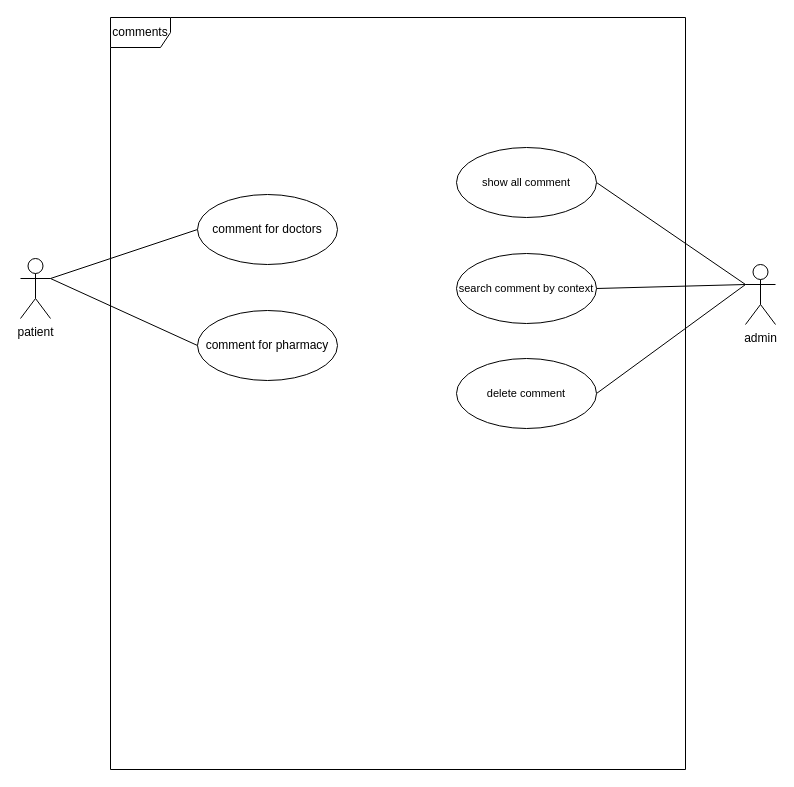
SalehAskari/telemedicine keeps this draw.io diagram as USECASE/comments.drawio. Above is the earlier version. Source tidied: cells renumbered, new cells numbered last; positions are measured from the earlier drawing's top-left corner, leaving out a move shared by most shapes. Both pictures are drawn from the tidied source at 100%, with x=0, y=0 at pixel (20, 17).
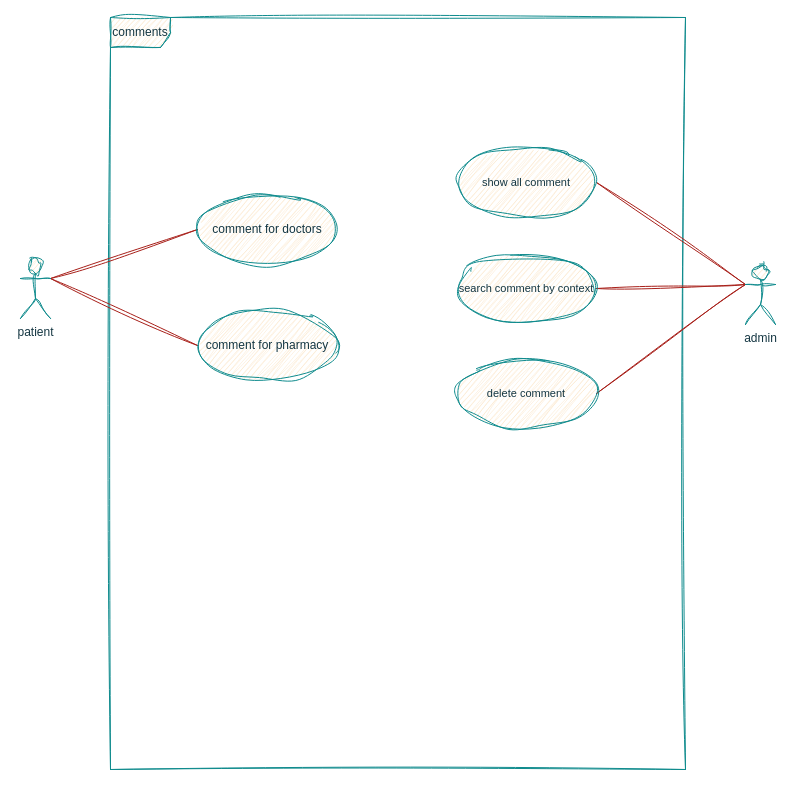
Above is the later version.

Change to the diagram source:
```diff
@@
 <mxGraphModel>
   <root>
     <mxCell id="0" />
     <mxCell id="1" parent="0" />
-    <mxCell id="2" value="comments" style="shape=umlFrame;whiteSpace=wrap;html=1;" parent="1" vertex="1">
+    <mxCell id="2" value="comments" style="shape=umlFrame;whiteSpace=wrap;html=1;labelBackgroundColor=none;fillColor=#FAE5C7;strokeColor=#0F8B8D;fontColor=#143642;sketch=1;curveFitting=1;jiggle=2;" parent="1" vertex="1">
       <mxGeometry x="90" width="575" height="752" as="geometry" />
     </mxCell>
-    <mxCell id="3" style="rounded=0;jettySize=auto;html=1;exitX=1;exitY=0.3333333333333333;exitDx=0;exitDy=0;exitPerimeter=0;entryX=0;entryY=0.5;entryDx=0;entryDy=0;endArrow=none;startFill=0;" parent="1" edge="1" source="5" target="10">
+    <mxCell id="3" style="rounded=0;jettySize=auto;html=1;exitX=1;exitY=0.3333333333333333;exitDx=0;exitDy=0;exitPerimeter=0;entryX=0;entryY=0.5;entryDx=0;entryDy=0;endArrow=none;startFill=0;labelBackgroundColor=none;strokeColor=#A8201A;fontColor=default;sketch=1;curveFitting=1;jiggle=2;" parent="1" edge="1" source="5" target="10">
       <mxGeometry relative="1" as="geometry" />
     </mxCell>
-    <mxCell id="4" style="edgeStyle=none;shape=connector;rounded=0;jettySize=auto;html=1;exitX=1;exitY=0.3333333333333333;exitDx=0;exitDy=0;exitPerimeter=0;entryX=0;entryY=0.5;entryDx=0;entryDy=0;strokeColor=default;align=center;verticalAlign=middle;fontFamily=Helvetica;fontSize=11;fontColor=default;labelBackgroundColor=default;startFill=0;endArrow=none;" parent="1" edge="1" source="5" target="11">
+    <mxCell id="4" style="edgeStyle=none;shape=connector;rounded=0;jettySize=auto;html=1;exitX=1;exitY=0.3333333333333333;exitDx=0;exitDy=0;exitPerimeter=0;entryX=0;entryY=0.5;entryDx=0;entryDy=0;strokeColor=#A8201A;align=center;verticalAlign=middle;fontFamily=Helvetica;fontSize=11;fontColor=default;labelBackgroundColor=none;startFill=0;endArrow=none;sketch=1;curveFitting=1;jiggle=2;" parent="1" edge="1" source="5" target="11">
       <mxGeometry relative="1" as="geometry" />
     </mxCell>
-    <mxCell id="5" value="patient" style="shape=umlActor;verticalLabelPosition=bottom;verticalAlign=top;html=1;" parent="1" vertex="1">
+    <mxCell id="5" value="patient" style="shape=umlActor;verticalLabelPosition=bottom;verticalAlign=top;html=1;labelBackgroundColor=none;fillColor=#FAE5C7;strokeColor=#0F8B8D;fontColor=#143642;sketch=1;curveFitting=1;jiggle=2;" parent="1" vertex="1">
       <mxGeometry y="241" width="30" height="60" as="geometry" />
     </mxCell>
-    <mxCell id="6" style="edgeStyle=none;shape=connector;rounded=0;jettySize=auto;html=1;exitX=0;exitY=0.3333333333333333;exitDx=0;exitDy=0;exitPerimeter=0;entryX=1;entryY=0.5;entryDx=0;entryDy=0;strokeColor=default;align=center;verticalAlign=middle;fontFamily=Helvetica;fontSize=11;fontColor=default;labelBackgroundColor=default;startFill=0;endArrow=none;" parent="1" edge="1" source="9" target="12">
+    <mxCell id="6" style="edgeStyle=none;shape=connector;rounded=0;jettySize=auto;html=1;exitX=0;exitY=0.3333333333333333;exitDx=0;exitDy=0;exitPerimeter=0;entryX=1;entryY=0.5;entryDx=0;entryDy=0;strokeColor=#A8201A;align=center;verticalAlign=middle;fontFamily=Helvetica;fontSize=11;fontColor=default;labelBackgroundColor=none;startFill=0;endArrow=none;sketch=1;curveFitting=1;jiggle=2;" parent="1" edge="1" source="9" target="12">
       <mxGeometry relative="1" as="geometry" />
     </mxCell>
-    <mxCell id="7" style="edgeStyle=none;shape=connector;rounded=0;jettySize=auto;html=1;exitX=0;exitY=0.3333333333333333;exitDx=0;exitDy=0;exitPerimeter=0;entryX=1;entryY=0.5;entryDx=0;entryDy=0;strokeColor=default;align=center;verticalAlign=middle;fontFamily=Helvetica;fontSize=11;fontColor=default;labelBackgroundColor=default;startFill=0;endArrow=none;" parent="1" edge="1" source="9" target="13">
+    <mxCell id="7" style="edgeStyle=none;shape=connector;rounded=0;jettySize=auto;html=1;exitX=0;exitY=0.3333333333333333;exitDx=0;exitDy=0;exitPerimeter=0;entryX=1;entryY=0.5;entryDx=0;entryDy=0;strokeColor=#A8201A;align=center;verticalAlign=middle;fontFamily=Helvetica;fontSize=11;fontColor=default;labelBackgroundColor=none;startFill=0;endArrow=none;sketch=1;curveFitting=1;jiggle=2;" parent="1" edge="1" source="9" target="13">
       <mxGeometry relative="1" as="geometry" />
     </mxCell>
-    <mxCell id="8" style="edgeStyle=none;shape=connector;rounded=0;jettySize=auto;html=1;exitX=0;exitY=0.3333333333333333;exitDx=0;exitDy=0;exitPerimeter=0;entryX=1;entryY=0.5;entryDx=0;entryDy=0;strokeColor=default;align=center;verticalAlign=middle;fontFamily=Helvetica;fontSize=11;fontColor=default;labelBackgroundColor=default;startFill=0;endArrow=none;" parent="1" edge="1" source="9" target="14">
+    <mxCell id="8" style="edgeStyle=none;shape=connector;rounded=0;jettySize=auto;html=1;exitX=0;exitY=0.3333333333333333;exitDx=0;exitDy=0;exitPerimeter=0;entryX=1;entryY=0.5;entryDx=0;entryDy=0;strokeColor=#A8201A;align=center;verticalAlign=middle;fontFamily=Helvetica;fontSize=11;fontColor=default;labelBackgroundColor=none;startFill=0;endArrow=none;sketch=1;curveFitting=1;jiggle=2;" parent="1" edge="1" source="9" target="14">
       <mxGeometry relative="1" as="geometry" />
     </mxCell>
-    <mxCell id="9" value="admin" style="shape=umlActor;verticalLabelPosition=bottom;verticalAlign=top;html=1;" parent="1" vertex="1">
+    <mxCell id="9" value="admin" style="shape=umlActor;verticalLabelPosition=bottom;verticalAlign=top;html=1;labelBackgroundColor=none;fillColor=#FAE5C7;strokeColor=#0F8B8D;fontColor=#143642;sketch=1;curveFitting=1;jiggle=2;" parent="1" vertex="1">
       <mxGeometry x="725" y="247" width="30" height="60" as="geometry" />
     </mxCell>
-    <mxCell id="10" value="comment for doctors" style="ellipse;whiteSpace=wrap;html=1;" parent="1" vertex="1">
+    <mxCell id="10" value="comment for doctors" style="ellipse;whiteSpace=wrap;html=1;labelBackgroundColor=none;fillColor=#FAE5C7;strokeColor=#0F8B8D;fontColor=#143642;sketch=1;curveFitting=1;jiggle=2;" parent="1" vertex="1">
       <mxGeometry x="177" y="177" width="140" height="70" as="geometry" />
     </mxCell>
-    <mxCell id="11" value="comment for pharmacy" style="ellipse;whiteSpace=wrap;html=1;" parent="1" vertex="1">
+    <mxCell id="11" value="comment for pharmacy" style="ellipse;whiteSpace=wrap;html=1;labelBackgroundColor=none;fillColor=#FAE5C7;strokeColor=#0F8B8D;fontColor=#143642;sketch=1;curveFitting=1;jiggle=2;" parent="1" vertex="1">
       <mxGeometry x="177" y="293" width="140" height="70" as="geometry" />
     </mxCell>
-    <mxCell id="12" value="show all comment" style="ellipse;whiteSpace=wrap;html=1;fontFamily=Helvetica;fontSize=11;fontColor=default;labelBackgroundColor=default;" parent="1" vertex="1">
+    <mxCell id="12" value="show all comment" style="ellipse;whiteSpace=wrap;html=1;fontFamily=Helvetica;fontSize=11;fontColor=#143642;labelBackgroundColor=none;fillColor=#FAE5C7;strokeColor=#0F8B8D;sketch=1;curveFitting=1;jiggle=2;" parent="1" vertex="1">
       <mxGeometry x="436" y="130" width="140" height="70" as="geometry" />
     </mxCell>
-    <mxCell id="13" value="search comment by context" style="ellipse;whiteSpace=wrap;html=1;fontFamily=Helvetica;fontSize=11;fontColor=default;labelBackgroundColor=default;" parent="1" vertex="1">
+    <mxCell id="13" value="search comment by context" style="ellipse;whiteSpace=wrap;html=1;fontFamily=Helvetica;fontSize=11;fontColor=#143642;labelBackgroundColor=none;fillColor=#FAE5C7;strokeColor=#0F8B8D;sketch=1;curveFitting=1;jiggle=2;" parent="1" vertex="1">
       <mxGeometry x="436" y="236" width="140" height="70" as="geometry" />
     </mxCell>
-    <mxCell id="14" value="delete comment" style="ellipse;whiteSpace=wrap;html=1;fontFamily=Helvetica;fontSize=11;fontColor=default;labelBackgroundColor=default;" parent="1" vertex="1">
+    <mxCell id="14" value="delete comment" style="ellipse;whiteSpace=wrap;html=1;fontFamily=Helvetica;fontSize=11;fontColor=#143642;labelBackgroundColor=none;fillColor=#FAE5C7;strokeColor=#0F8B8D;sketch=1;curveFitting=1;jiggle=2;" parent="1" vertex="1">
       <mxGeometry x="436" y="341" width="140" height="70" as="geometry" />
     </mxCell>
   </root>
 </mxGraphModel>
```
